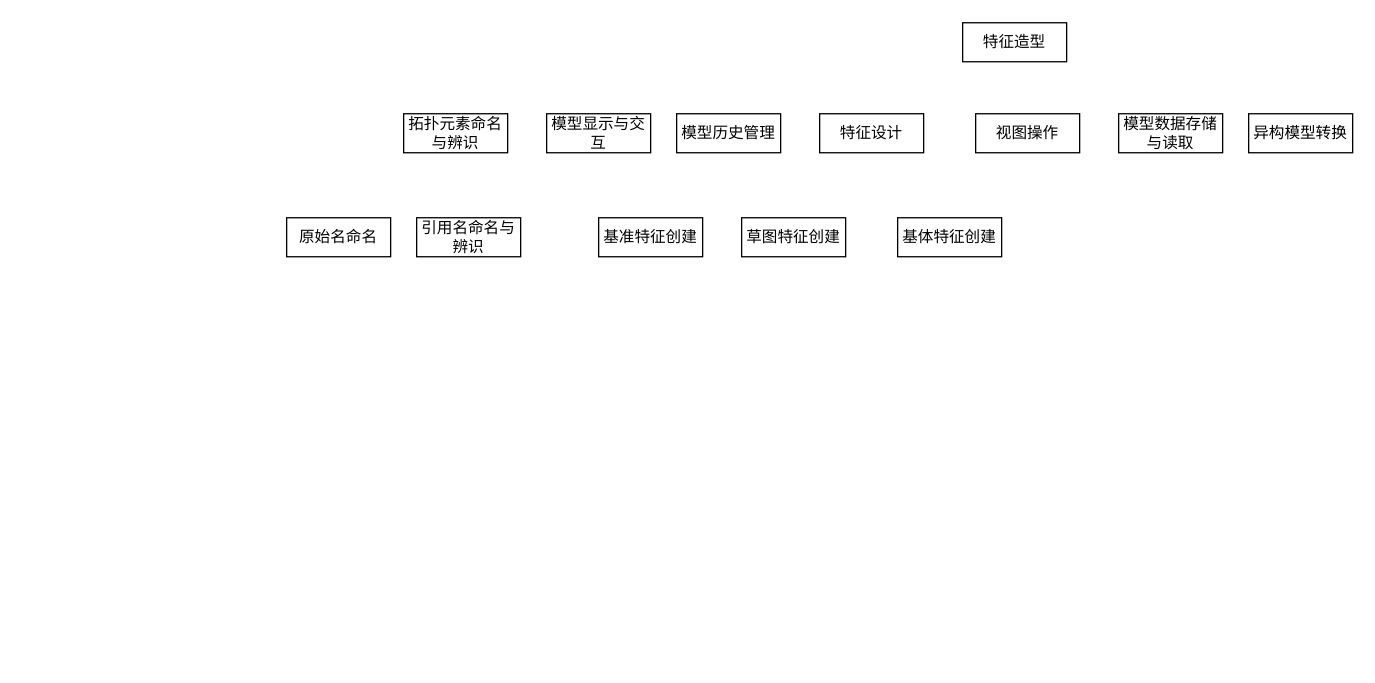
This is 功能模块.drawio from liuhuliuhu123/First-test, a draw.io file, before an edit. Source tidied: cells renumbered, new cells numbered last; positions are measured from the earlier drawing's top-left corner, leaving out a move shared by most shapes. Both pictures are drawn from the tidied source at 130%, with x=0, y=0 at pixel (286, 22).
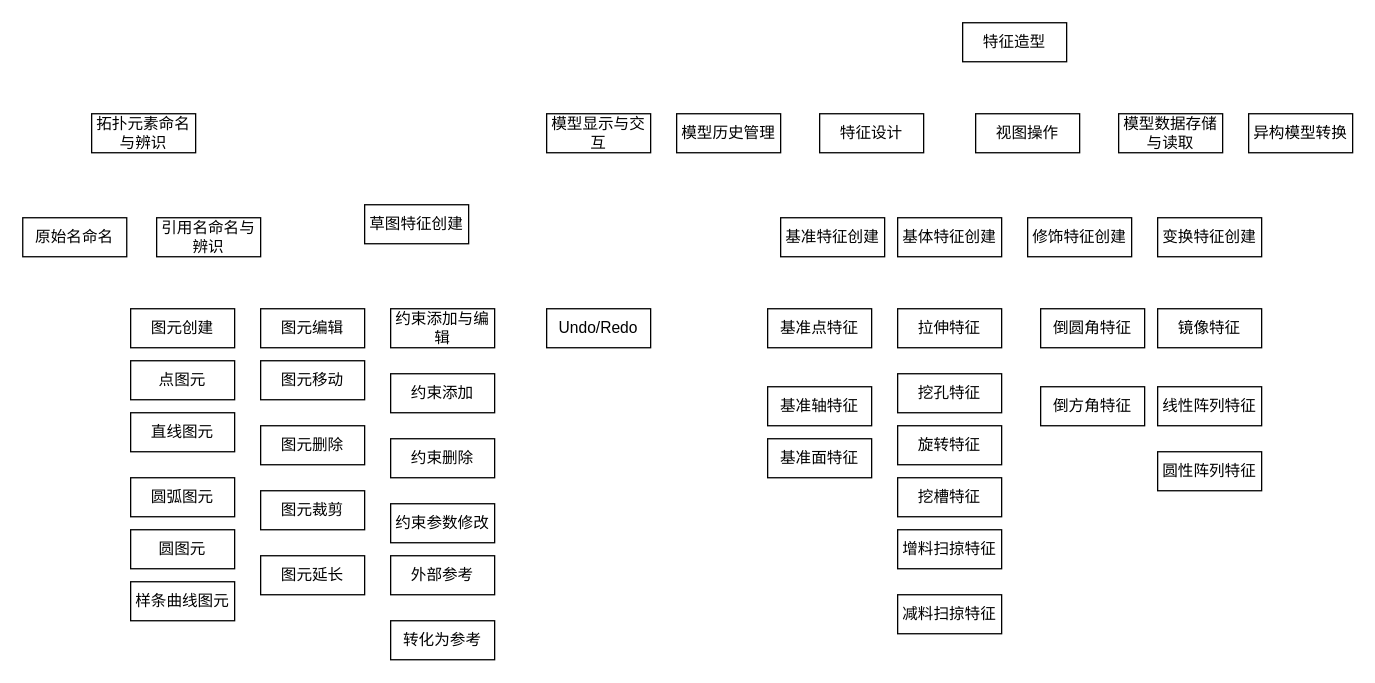
The same page after the edit.

Commit message (it also covers changes not shown here):
更新功能模块.drawio

Change to the diagram source:
```diff
@@
     <mxCell id="3" value="拓扑元素命名与辨识" style="rounded=0;whiteSpace=wrap;html=1;" parent="1" vertex="1">
-      <mxGeometry x="90" y="70" width="80" height="30" as="geometry" />
+      <mxGeometry x="-150" y="70" width="80" height="30" as="geometry" />
     </mxCell>
@@
     <mxCell id="10" value="原始名命名" style="rounded=0;whiteSpace=wrap;html=1;" parent="1" vertex="1">
-      <mxGeometry y="150" width="80" height="30" as="geometry" />
+      <mxGeometry x="-203" y="150" width="80" height="30" as="geometry" />
     </mxCell>
     <mxCell id="11" value="引用名命名与辨识" style="rounded=0;whiteSpace=wrap;html=1;" parent="1" vertex="1">
-      <mxGeometry x="100" y="150" width="80" height="30" as="geometry" />
+      <mxGeometry x="-100" y="150" width="80" height="30" as="geometry" />
     </mxCell>
     <mxCell id="12" value="基准特征创建" style="rounded=0;whiteSpace=wrap;html=1;" parent="1" vertex="1">
-      <mxGeometry x="240" y="150" width="80" height="30" as="geometry" />
+      <mxGeometry x="380" y="150" width="80" height="30" as="geometry" />
     </mxCell>
     <mxCell id="13" value="草图特征创建" style="rounded=0;whiteSpace=wrap;html=1;" parent="1" vertex="1">
-      <mxGeometry x="350" y="150" width="80" height="30" as="geometry" />
+      <mxGeometry x="60" y="140" width="80" height="30" as="geometry" />
     </mxCell>
@@
+    <mxCell id="15" value="修饰特征创建" style="rounded=0;whiteSpace=wrap;html=1;" parent="1" vertex="1">
+      <mxGeometry x="570" y="150" width="80" height="30" as="geometry" />
+    </mxCell>
+    <mxCell id="16" value="变换特征创建" style="rounded=0;whiteSpace=wrap;html=1;" parent="1" vertex="1">
+      <mxGeometry x="670" y="150" width="80" height="30" as="geometry" />
+    </mxCell>
+    <mxCell id="17" value="基准点特征" style="rounded=0;whiteSpace=wrap;html=1;" parent="1" vertex="1">
+      <mxGeometry x="370" y="220" width="80" height="30" as="geometry" />
+    </mxCell>
+    <mxCell id="18" value="基准面特征" style="rounded=0;whiteSpace=wrap;html=1;" parent="1" vertex="1">
+      <mxGeometry x="370" y="320" width="80" height="30" as="geometry" />
+    </mxCell>
+    <mxCell id="19" value="基准轴特征" style="rounded=0;whiteSpace=wrap;html=1;" parent="1" vertex="1">
+      <mxGeometry x="370" y="280" width="80" height="30" as="geometry" />
+    </mxCell>
+    <mxCell id="20" value="图元编辑" style="rounded=0;whiteSpace=wrap;html=1;" parent="1" vertex="1">
+      <mxGeometry x="-20" y="220" width="80" height="30" as="geometry" />
+    </mxCell>
+    <mxCell id="21" value="拉伸特征" style="rounded=0;whiteSpace=wrap;html=1;" parent="1" vertex="1">
+      <mxGeometry x="470" y="220" width="80" height="30" as="geometry" />
+    </mxCell>
+    <mxCell id="22" value="挖孔特征" style="rounded=0;whiteSpace=wrap;html=1;" parent="1" vertex="1">
+      <mxGeometry x="470" y="270" width="80" height="30" as="geometry" />
+    </mxCell>
+    <mxCell id="23" value="旋转特征" style="rounded=0;whiteSpace=wrap;html=1;" parent="1" vertex="1">
+      <mxGeometry x="470" y="310" width="80" height="30" as="geometry" />
+    </mxCell>
+    <mxCell id="24" value="挖槽特征" style="rounded=0;whiteSpace=wrap;html=1;" parent="1" vertex="1">
+      <mxGeometry x="470" y="350" width="80" height="30" as="geometry" />
+    </mxCell>
+    <mxCell id="25" value="增料扫掠特征" style="rounded=0;whiteSpace=wrap;html=1;" parent="1" vertex="1">
+      <mxGeometry x="470" y="390" width="80" height="30" as="geometry" />
+    </mxCell>
+    <mxCell id="26" value="减料扫掠特征" style="rounded=0;whiteSpace=wrap;html=1;" parent="1" vertex="1">
+      <mxGeometry x="470" y="440" width="80" height="30" as="geometry" />
+    </mxCell>
+    <mxCell id="27" value="倒圆角特征" style="rounded=0;whiteSpace=wrap;html=1;" parent="1" vertex="1">
+      <mxGeometry x="580" y="220" width="80" height="30" as="geometry" />
+    </mxCell>
+    <mxCell id="28" value="倒方角特征" style="rounded=0;whiteSpace=wrap;html=1;" parent="1" vertex="1">
+      <mxGeometry x="580" y="280" width="80" height="30" as="geometry" />
+    </mxCell>
+    <mxCell id="29" value="镜像特征" style="rounded=0;whiteSpace=wrap;html=1;" parent="1" vertex="1">
+      <mxGeometry x="670" y="220" width="80" height="30" as="geometry" />
+    </mxCell>
+    <mxCell id="30" value="线性阵列特征" style="rounded=0;whiteSpace=wrap;html=1;" parent="1" vertex="1">
+      <mxGeometry x="670" y="280" width="80" height="30" as="geometry" />
+    </mxCell>
+    <mxCell id="31" value="圆性阵列特征" style="rounded=0;whiteSpace=wrap;html=1;" parent="1" vertex="1">
+      <mxGeometry x="670" y="330" width="80" height="30" as="geometry" />
+    </mxCell>
+    <mxCell id="32" value="约束添加与编辑" style="rounded=0;whiteSpace=wrap;html=1;" parent="1" vertex="1">
+      <mxGeometry x="80" y="220" width="80" height="30" as="geometry" />
+    </mxCell>
+    <mxCell id="33" value="图元创建" style="rounded=0;whiteSpace=wrap;html=1;" parent="1" vertex="1">
+      <mxGeometry x="-120" y="220" width="80" height="30" as="geometry" />
+    </mxCell>
+    <mxCell id="34" value="Undo/Redo" style="rounded=0;whiteSpace=wrap;html=1;" parent="1" vertex="1">
+      <mxGeometry x="200" y="220" width="80" height="30" as="geometry" />
+    </mxCell>
+    <mxCell id="35" value="点图元" style="rounded=0;whiteSpace=wrap;html=1;" parent="1" vertex="1">
+      <mxGeometry x="-120" y="260" width="80" height="30" as="geometry" />
+    </mxCell>
+    <mxCell id="36" value="直线图元" style="rounded=0;whiteSpace=wrap;html=1;" parent="1" vertex="1">
+      <mxGeometry x="-120" y="300" width="80" height="30" as="geometry" />
+    </mxCell>
+    <mxCell id="37" value="圆弧图元" style="rounded=0;whiteSpace=wrap;html=1;" parent="1" vertex="1">
+      <mxGeometry x="-120" y="350" width="80" height="30" as="geometry" />
+    </mxCell>
+    <mxCell id="38" value="圆图元" style="rounded=0;whiteSpace=wrap;html=1;" parent="1" vertex="1">
+      <mxGeometry x="-120" y="390" width="80" height="30" as="geometry" />
+    </mxCell>
+    <mxCell id="39" value="样条曲线图元" style="rounded=0;whiteSpace=wrap;html=1;" parent="1" vertex="1">
+      <mxGeometry x="-120" y="430" width="80" height="30" as="geometry" />
+    </mxCell>
+    <mxCell id="40" value="图元删除" style="rounded=0;whiteSpace=wrap;html=1;" parent="1" vertex="1">
+      <mxGeometry x="-20" y="310" width="80" height="30" as="geometry" />
+    </mxCell>
+    <mxCell id="41" value="图元裁剪" style="rounded=0;whiteSpace=wrap;html=1;" parent="1" vertex="1">
+      <mxGeometry x="-20" y="360" width="80" height="30" as="geometry" />
+    </mxCell>
+    <mxCell id="42" value="图元延长" style="rounded=0;whiteSpace=wrap;html=1;" parent="1" vertex="1">
+      <mxGeometry x="-20" y="410" width="80" height="30" as="geometry" />
+    </mxCell>
+    <mxCell id="43" value="图元移动" style="rounded=0;whiteSpace=wrap;html=1;" parent="1" vertex="1">
+      <mxGeometry x="-20" y="260" width="80" height="30" as="geometry" />
+    </mxCell>
+    <mxCell id="44" value="约束添加" style="rounded=0;whiteSpace=wrap;html=1;" parent="1" vertex="1">
+      <mxGeometry x="80" y="270" width="80" height="30" as="geometry" />
+    </mxCell>
+    <mxCell id="45" value="约束删除" style="rounded=0;whiteSpace=wrap;html=1;" parent="1" vertex="1">
+      <mxGeometry x="80" y="320" width="80" height="30" as="geometry" />
+    </mxCell>
+    <mxCell id="46" value="约束参数修改" style="rounded=0;whiteSpace=wrap;html=1;" parent="1" vertex="1">
+      <mxGeometry x="80" y="370" width="80" height="30" as="geometry" />
+    </mxCell>
+    <mxCell id="47" value="外部参考" style="rounded=0;whiteSpace=wrap;html=1;" parent="1" vertex="1">
+      <mxGeometry x="80" y="410" width="80" height="30" as="geometry" />
+    </mxCell>
+    <mxCell id="48" value="转化为参考" style="rounded=0;whiteSpace=wrap;html=1;" parent="1" vertex="1">
+      <mxGeometry x="80" y="460" width="80" height="30" as="geometry" />
+    </mxCell>
```
